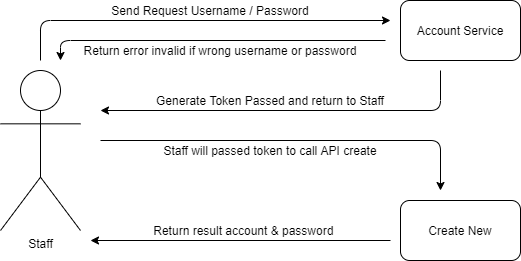
kaisven7/rms-documents keeps this draw.io diagram as rms-account-document/RMS_ACCCOUNT_CREATE.png. Above is the earlier version. Source tidied: cells renumbered, new cells last; positions are measured from the earlier drawing's top-left corner, leaving out a move shared by most shapes. Source of this version:
```xml
<mxGraphModel>
  <root>
    <mxCell id="0" />
    <mxCell id="1" parent="0" />
    <mxCell id="2" value="Staff" style="shape=umlActor;verticalLabelPosition=bottom;labelBackgroundColor=#ffffff;verticalAlign=top;html=1;" parent="1" vertex="1">
      <mxGeometry y="70" width="80" height="160" as="geometry" />
    </mxCell>
    <mxCell id="3" value="Account Service" style="rounded=1;whiteSpace=wrap;html=1;" parent="1" vertex="1">
      <mxGeometry x="400" width="120" height="60" as="geometry" />
    </mxCell>
    <mxCell id="4" style="endArrow=classic;html=1;" parent="1" edge="1">
      <mxGeometry relative="1" as="geometry">
        <mxPoint x="40" y="60" as="sourcePoint" />
        <mxPoint x="390" y="20" as="targetPoint" />
        <Array as="points">
          <mxPoint x="40" y="20" />
        </Array>
      </mxGeometry>
    </mxCell>
    <mxCell id="5" style="endArrow=classic;html=1;" parent="1" edge="1">
      <mxGeometry relative="1" as="geometry">
        <mxPoint x="385" y="40" as="sourcePoint" />
        <mxPoint x="60" y="60" as="targetPoint" />
        <Array as="points">
          <mxPoint x="60" y="40" />
        </Array>
      </mxGeometry>
    </mxCell>
    <mxCell id="6" value="Send Request Username / Password" style="text;html=1;strokeColor=none;fillColor=none;align=center;verticalAlign=middle;whiteSpace=wrap;rounded=0;" parent="1" vertex="1">
      <mxGeometry x="70" width="280" height="20" as="geometry" />
    </mxCell>
    <mxCell id="7" value="Return error invalid if wrong username or password" style="text;html=1;strokeColor=none;fillColor=none;align=center;verticalAlign=middle;whiteSpace=wrap;rounded=0;" parent="1" vertex="1">
      <mxGeometry x="80" y="40" width="280" height="20" as="geometry" />
    </mxCell>
    <mxCell id="8" style="endArrow=classic;html=1;" parent="1" edge="1">
      <mxGeometry relative="1" as="geometry">
        <mxPoint x="440" y="70" as="sourcePoint" />
        <mxPoint x="100" y="110" as="targetPoint" />
        <Array as="points">
          <mxPoint x="440" y="110" />
        </Array>
      </mxGeometry>
    </mxCell>
    <mxCell id="9" style="endArrow=classic;html=1;" parent="1" edge="1">
      <mxGeometry relative="1" as="geometry">
        <mxPoint x="100" y="140" as="sourcePoint" />
        <mxPoint x="440" y="190" as="targetPoint" />
        <Array as="points">
          <mxPoint x="440" y="140" />
        </Array>
      </mxGeometry>
    </mxCell>
    <mxCell id="10" value="Create New" style="rounded=1;whiteSpace=wrap;html=1;" parent="1" vertex="1">
      <mxGeometry x="400" y="200" width="120" height="60" as="geometry" />
    </mxCell>
    <mxCell id="11" value="Generate Token Passed and return to Staff" style="text;html=1;strokeColor=none;fillColor=none;align=center;verticalAlign=middle;whiteSpace=wrap;rounded=0;" parent="1" vertex="1">
      <mxGeometry x="130" y="90" width="280" height="20" as="geometry" />
    </mxCell>
    <mxCell id="12" value="Staff will passed token to call API create" style="text;html=1;strokeColor=none;fillColor=none;align=center;verticalAlign=middle;whiteSpace=wrap;rounded=0;" parent="1" vertex="1">
      <mxGeometry x="130" y="140" width="280" height="20" as="geometry" />
    </mxCell>
    <mxCell id="13" style="endArrow=classic;html=1;" parent="1" edge="1">
      <mxGeometry relative="1" as="geometry">
        <mxPoint x="390" y="240" as="sourcePoint" />
        <mxPoint x="90" y="240" as="targetPoint" />
      </mxGeometry>
    </mxCell>
    <mxCell id="14" value="Return result account &amp;amp; password&amp;nbsp;" style="text;html=1;strokeColor=none;fillColor=none;align=center;verticalAlign=middle;whiteSpace=wrap;rounded=0;" parent="1" vertex="1">
      <mxGeometry x="130" y="220" width="230" height="20" as="geometry" />
    </mxCell>
  </root>
</mxGraphModel>
```
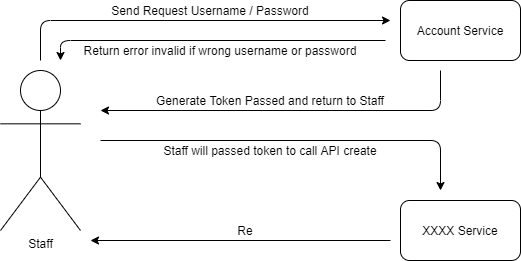
After the change.

Commit message:
Update Service Account and add new Service: Profile

What changed in the source:
```diff
@@ -50,7 +50,7 @@
         </Array>
       </mxGeometry>
     </mxCell>
-    <mxCell id="10" value="Create New" style="rounded=1;whiteSpace=wrap;html=1;" parent="1" vertex="1">
+    <mxCell id="10" value="XXXX Service" style="rounded=1;whiteSpace=wrap;html=1;" parent="1" vertex="1">
       <mxGeometry x="400" y="200" width="120" height="60" as="geometry" />
     </mxCell>
     <mxCell id="11" value="Generate Token Passed and return to Staff" style="text;html=1;strokeColor=none;fillColor=none;align=center;verticalAlign=middle;whiteSpace=wrap;rounded=0;" parent="1" vertex="1">
@@ -65,7 +65,7 @@
         <mxPoint x="90" y="240" as="targetPoint" />
       </mxGeometry>
     </mxCell>
-    <mxCell id="14" value="Return result account &amp;amp; password&amp;nbsp;" style="text;html=1;strokeColor=none;fillColor=none;align=center;verticalAlign=middle;whiteSpace=wrap;rounded=0;" parent="1" vertex="1">
+    <mxCell id="14" value="Re" style="text;html=1;strokeColor=none;fillColor=none;align=center;verticalAlign=middle;whiteSpace=wrap;rounded=0;" parent="1" vertex="1">
       <mxGeometry x="130" y="220" width="230" height="20" as="geometry" />
     </mxCell>
   </root>
```
